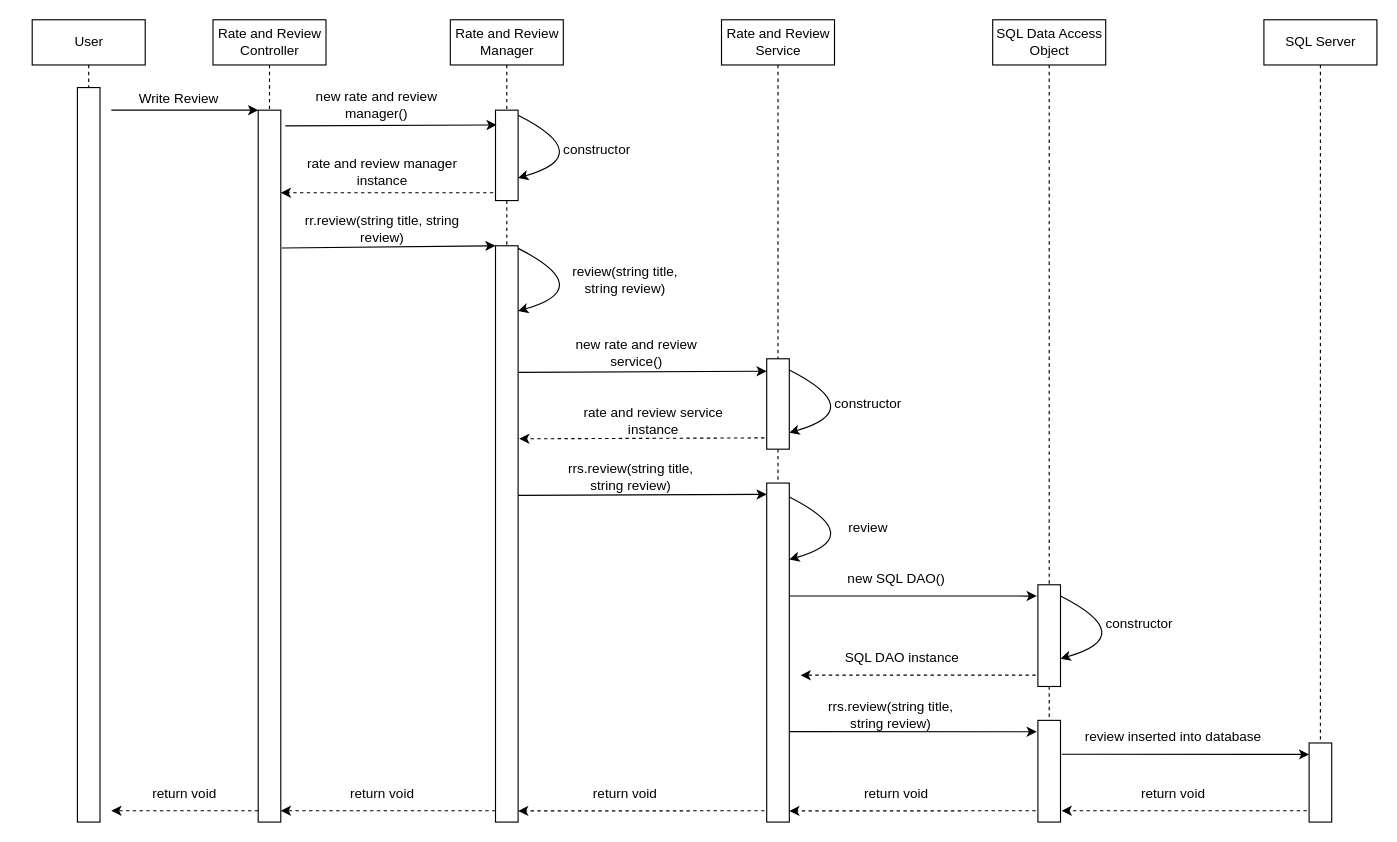
Above: Documentation/Low Level Design/Ratings and Review/Write Review Low Level.drawio in Pengyuuu/HomeView (draw.io), before the change. Source tidied: cells renumbered, new cells numbered last; positions are measured from the earlier drawing's top-left corner, leaving out a move shared by most shapes. Both pictures are drawn from the tidied source at 113%, with x=0, y=0 at pixel (32, 19).
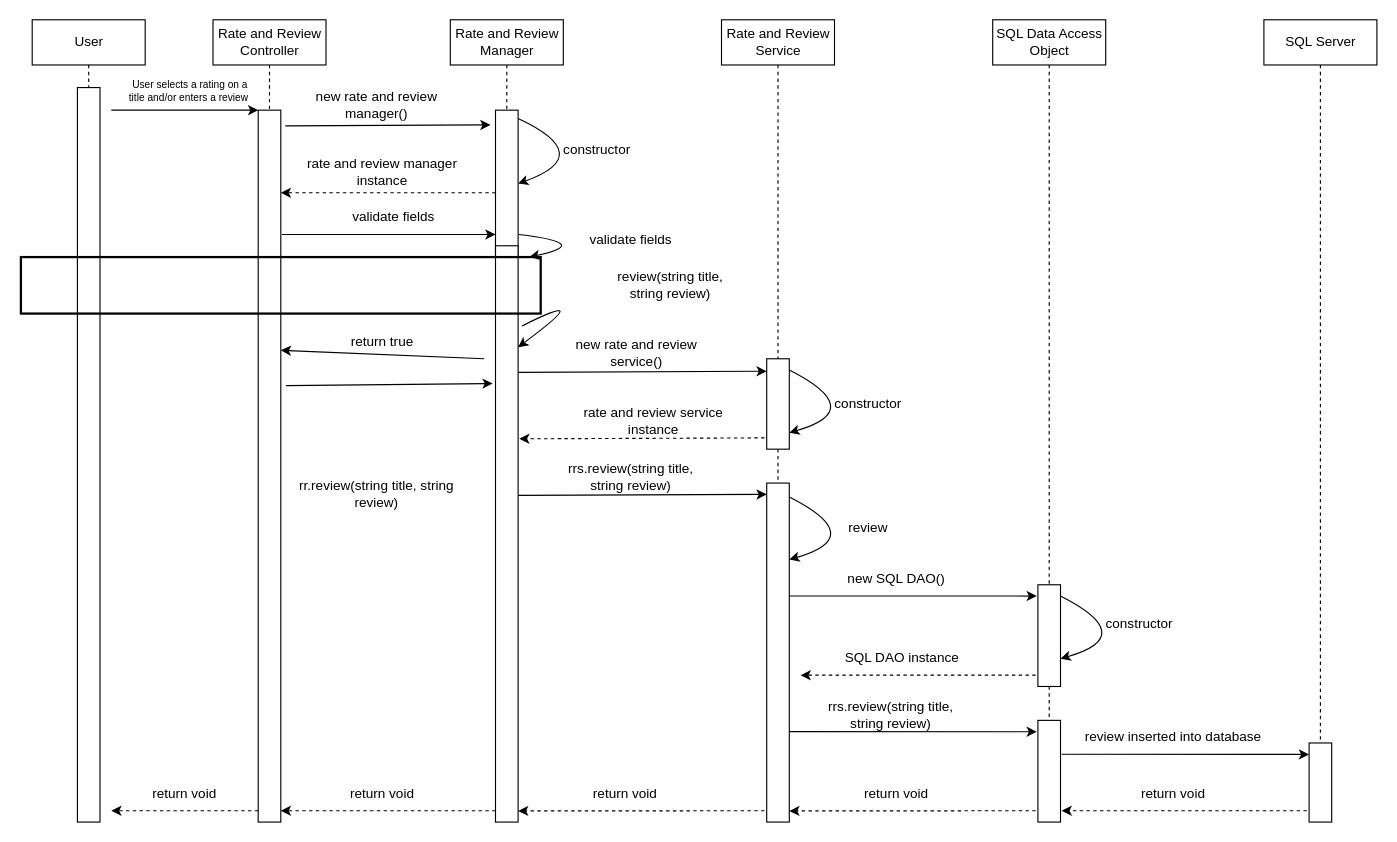
Above is the later version.

Commit message (it also covers changes not shown here):
Working on LLs, Review Feature

The change refers to these unchanged cells:
```xml
<mxCell id="6" style="rounded=0;whiteSpace=wrap;html=1;" parent="1" vertex="1">
  <mxGeometry x="200" y="80" width="20" height="630" as="geometry" />
</mxCell>
<mxCell id="21" style="rounded=0;whiteSpace=wrap;html=1;" parent="1" vertex="1">
  <mxGeometry x="410" y="200" width="20" height="510" as="geometry" />
</mxCell>
```

Change to the diagram source:
```diff
@@
     <mxCell id="8" style="rounded=0;whiteSpace=wrap;html=1;" parent="1" vertex="1">
-      <mxGeometry x="410" y="80" width="20" height="80" as="geometry" />
+      <mxGeometry x="410" y="80" width="20" height="130" as="geometry" />
     </mxCell>
@@
-    <mxCell id="12" style="endArrow=classic;html=1;rounded=0;exitX=1.2;exitY=0.022;exitDx=0;exitDy=0;exitPerimeter=0;entryX=0.05;entryY=0.163;entryDx=0;entryDy=0;entryPerimeter=0;" parent="1" edge="1" source="6" target="8">
+    <mxCell id="12" style="endArrow=classic;html=1;rounded=0;exitX=1.2;exitY=0.022;exitDx=0;exitDy=0;exitPerimeter=0;entryX=-0.225;entryY=0.1;entryDx=0;entryDy=0;entryPerimeter=0;" parent="1" edge="1" source="6" target="8">
       <mxGeometry relative="1" as="geometry" />
     </mxCell>
-    <mxCell id="13" style="curved=1;endArrow=classic;html=1;rounded=0;exitX=1;exitY=0.057;exitDx=0;exitDy=0;exitPerimeter=0;entryX=1;entryY=0.75;entryDx=0;entryDy=0;" parent="1" edge="1" source="8" target="8">
+    <mxCell id="13" style="curved=1;endArrow=classic;html=1;rounded=0;exitX=1;exitY=0.057;exitDx=0;exitDy=0;exitPerimeter=0;entryX=1;entryY=0.5;entryDx=0;entryDy=0;" parent="1" edge="1" source="8" target="8">
       <mxGeometry relative="1" as="geometry">
         <Array as="points">
           <mxPoint x="500" y="120" />
         </Array>
       </mxGeometry>
     </mxCell>
@@
-    <mxCell id="15" style="endArrow=classic;html=1;rounded=0;entryX=1;entryY=0.116;entryDx=0;entryDy=0;exitX=-0.1;exitY=0.913;exitDx=0;exitDy=0;dashed=1;exitPerimeter=0;entryPerimeter=0;" parent="1" edge="1" source="8" target="6">
+    <mxCell id="15" style="endArrow=classic;html=1;rounded=0;entryX=1;entryY=0.116;entryDx=0;entryDy=0;exitX=0;exitY=0.562;exitDx=0;exitDy=0;dashed=1;exitPerimeter=0;entryPerimeter=0;" parent="1" edge="1" source="8" target="6">
       <mxGeometry relative="1" as="geometry" />
     </mxCell>
@@
-    <mxCell id="18" value="Write Review" style="text;html=1;strokeColor=none;fillColor=none;align=center;verticalAlign=middle;whiteSpace=wrap;rounded=0;" parent="1" vertex="1">
-      <mxGeometry x="90" y="60" width="80" height="20" as="geometry" />
+    <mxCell id="18" value="User selects a rating on a title and/or enters a review&amp;nbsp;" style="text;html=1;strokeColor=none;fillColor=none;align=center;verticalAlign=middle;whiteSpace=wrap;rounded=0;fontSize=9;" parent="1" vertex="1">
+      <mxGeometry x="80" y="53" width="120" height="20" as="geometry" />
     </mxCell>
-    <mxCell id="19" style="endArrow=classic;html=1;rounded=0;exitX=1.1;exitY=0.05;exitDx=0;exitDy=0;exitPerimeter=0;entryX=0.05;entryY=0.163;entryDx=0;entryDy=0;entryPerimeter=0;" parent="1" edge="1">
+    <mxCell id="19" style="endArrow=classic;html=1;rounded=0;" parent="1" edge="1">
       <mxGeometry relative="1" as="geometry">
-        <mxPoint x="221" y="202" as="sourcePoint" />
-        <mxPoint x="410" y="200" as="targetPoint" />
+        <mxPoint x="221" y="190" as="sourcePoint" />
+        <mxPoint x="410" y="190" as="targetPoint" />
       </mxGeometry>
     </mxCell>
     <mxCell id="20" value="rr.review(string title, string review)" style="text;html=1;strokeColor=none;fillColor=none;align=center;verticalAlign=middle;whiteSpace=wrap;rounded=0;" parent="1" vertex="1">
-      <mxGeometry x="220" y="170" width="180" height="30" as="geometry" />
+      <mxGeometry x="215" y="405" width="180" height="30" as="geometry" />
     </mxCell>
@@
-    <mxCell id="22" style="curved=1;endArrow=classic;html=1;rounded=0;exitX=1;exitY=0.057;exitDx=0;exitDy=0;exitPerimeter=0;entryX=1;entryY=0.75;entryDx=0;entryDy=0;" parent="1" edge="1">
+    <mxCell id="22" style="curved=1;endArrow=classic;html=1;rounded=0;entryX=1;entryY=0.176;entryDx=0;entryDy=0;entryPerimeter=0;exitX=1.175;exitY=0.139;exitDx=0;exitDy=0;exitPerimeter=0;" parent="1" edge="1" source="21" target="21">
       <mxGeometry relative="1" as="geometry">
-        <mxPoint x="430" y="202.3" as="sourcePoint" />
-        <mxPoint x="430" y="257.7" as="targetPoint" />
         <Array as="points">
           <mxPoint x="500" y="237.7" />
         </Array>
       </mxGeometry>
     </mxCell>
     <mxCell id="23" value="review(string title, string review)" style="text;html=1;strokeColor=none;fillColor=none;align=center;verticalAlign=middle;whiteSpace=wrap;rounded=0;" parent="1" vertex="1">
-      <mxGeometry x="470" y="215" width="110" height="30" as="geometry" />
+      <mxGeometry x="510" y="220" width="110" height="30" as="geometry" />
     </mxCell>
@@
+    <mxCell id="68" value="validate fields" style="text;html=1;strokeColor=none;fillColor=none;align=center;verticalAlign=middle;whiteSpace=wrap;rounded=0;" parent="1" vertex="1">
+      <mxGeometry x="230" y="160" width="180" height="30" as="geometry" />
+    </mxCell>
+    <mxCell id="69" style="endArrow=classic;html=1;rounded=0;exitX=1.225;exitY=0.387;exitDx=0;exitDy=0;exitPerimeter=0;entryX=-0.125;entryY=0.239;entryDx=0;entryDy=0;entryPerimeter=0;" parent="1" edge="1" source="6" target="21">
+      <mxGeometry relative="1" as="geometry" />
+    </mxCell>
+    <mxCell id="70" style="endArrow=classic;html=1;rounded=0;exitX=1;exitY=1;exitDx=0;exitDy=0;entryX=0;entryY=0.75;entryDx=0;entryDy=0;" parent="1" edge="1" source="73" target="73">
+      <mxGeometry relative="1" as="geometry" />
+    </mxCell>
+    <mxCell id="71" style="curved=1;endArrow=classic;html=1;rounded=0;" parent="1" edge="1">
+      <mxGeometry relative="1" as="geometry">
+        <mxPoint x="430.5" y="190" as="sourcePoint" />
+        <mxPoint x="440" y="210" as="targetPoint" />
+        <Array as="points">
+          <mxPoint x="497.5" y="197.7" />
+        </Array>
+      </mxGeometry>
+    </mxCell>
+    <mxCell id="72" value="validate fields" style="text;html=1;strokeColor=none;fillColor=none;align=center;verticalAlign=middle;whiteSpace=wrap;rounded=0;" parent="1" vertex="1">
+      <mxGeometry x="475" y="180" width="110" height="30" as="geometry" />
+    </mxCell>
+    <mxCell id="73" value="return true" style="text;html=1;strokeColor=none;fillColor=none;align=center;verticalAlign=middle;whiteSpace=wrap;rounded=0;" parent="1" vertex="1">
+      <mxGeometry x="220" y="270" width="180" height="30" as="geometry" />
+    </mxCell>
+    <mxCell id="74" style="rounded=0;whiteSpace=wrap;html=1;fontSize=9;fillColor=none;strokeWidth=2;" parent="1" vertex="1">
+      <mxGeometry x="-10" y="210" width="460" height="50" as="geometry" />
+    </mxCell>
```
